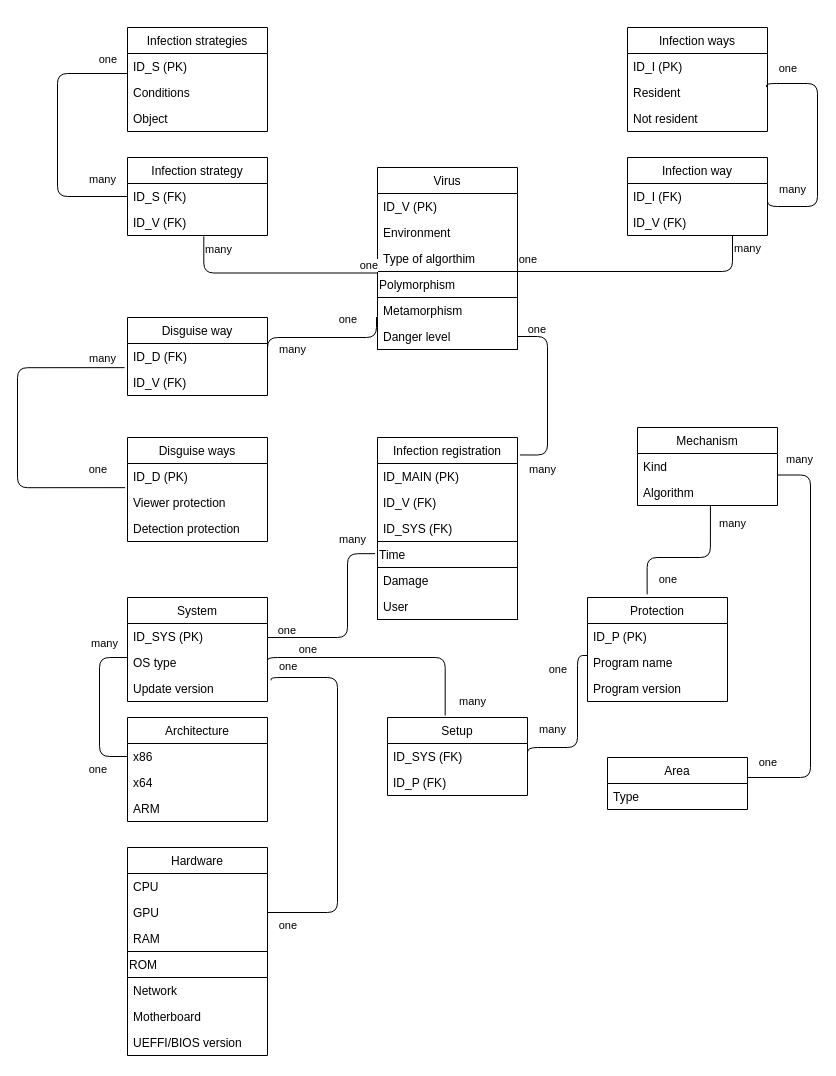
Above: VirusAttack.drawio in IcyAltair/Virus-attack-DB (draw.io), before the change. Source tidied: cells renumbered, new cells numbered last; positions are measured from the earlier drawing's top-left corner, leaving out a move shared by most shapes. Both pictures are drawn from the tidied source at 100%, with x=0, y=0 at pixel (17, 27).
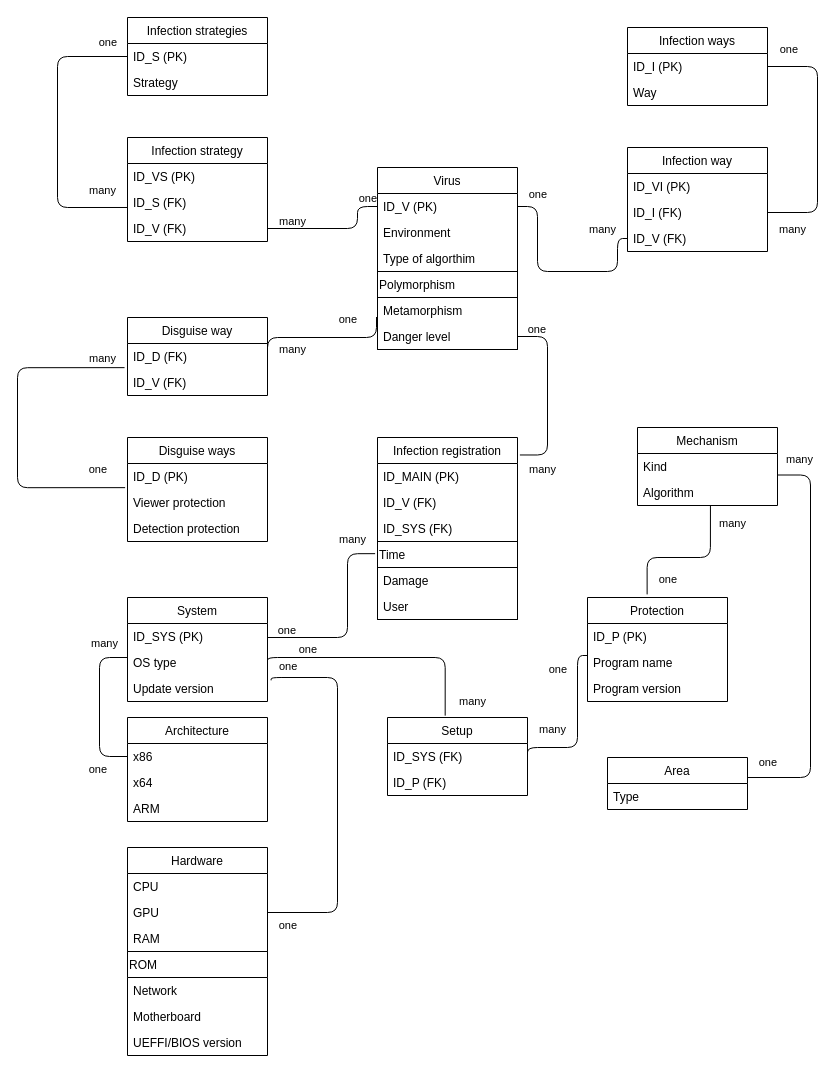
The same page after the edit.

Unchanged cells that the change refers to:
```xml
<mxCell id="3" value="ID_V (PK)" style="text;strokeColor=none;fillColor=none;align=left;verticalAlign=top;spacingLeft=4;spacingRight=4;overflow=hidden;points=[[0,0.5],[1,0.5]];portConstraint=eastwest;" parent="2" vertex="1">
  <mxGeometry y="26" width="140" height="26" as="geometry" />
</mxCell>
<mxCell id="5" value="Type of algorthim" style="text;strokeColor=none;fillColor=none;align=left;verticalAlign=top;spacingLeft=4;spacingRight=4;overflow=hidden;points=[[0,0.5],[1,0.5]];portConstraint=eastwest;" parent="2" vertex="1">
  <mxGeometry y="78" width="140" height="26" as="geometry" />
</mxCell>
<mxCell id="6" value="Polymorphism" style="swimlane;fontStyle=0;horizontal=1;startSize=26;fillColor=none;align=left;verticalAlign=top;spacingRight=4;" parent="2" vertex="1">
  <mxGeometry y="104" width="140" height="78" as="geometry" />
</mxCell>
<mxCell id="10" value="ID_S (PK)" style="text;strokeColor=none;fillColor=none;align=left;verticalAlign=top;spacingLeft=4;spacingRight=4;overflow=hidden;points=[[0,0.5],[1,0.5]];portConstraint=eastwest;" parent="9" vertex="1">
  <mxGeometry y="26" width="140" height="26" as="geometry" />
</mxCell>
<mxCell id="17" value="ID_I (PK)" style="text;strokeColor=none;fillColor=none;align=left;verticalAlign=top;spacingLeft=4;spacingRight=4;overflow=hidden;points=[[0,0.5],[1,0.5]];portConstraint=eastwest;" parent="16" vertex="1">
  <mxGeometry y="26" width="140" height="26" as="geometry" />
</mxCell>
```

Change to the diagram source:
```diff
@@
     <mxCell id="9" value="Infection strategies" style="swimlane;fontStyle=0;horizontal=1;startSize=26;fillColor=none;" parent="1" vertex="1">
-      <mxGeometry x="110" width="140" height="104" as="geometry" />
+      <mxGeometry x="110" y="-10" width="140" height="78" as="geometry" />
     </mxCell>
@@
-    <mxCell id="11" value="Conditions" style="text;strokeColor=none;fillColor=none;align=left;verticalAlign=top;spacingLeft=4;spacingRight=4;overflow=hidden;" parent="9" vertex="1">
+    <mxCell id="11" value="Strategy" style="text;strokeColor=none;fillColor=none;align=left;verticalAlign=top;spacingLeft=4;spacingRight=4;overflow=hidden;" parent="9" vertex="1">
       <mxGeometry y="52" width="140" height="26" as="geometry" />
     </mxCell>
-    <mxCell id="12" value="Object" style="text;strokeColor=none;fillColor=none;align=left;verticalAlign=top;spacingLeft=4;spacingRight=4;overflow=hidden;" parent="9" vertex="1">
-      <mxGeometry y="78" width="140" height="26" as="geometry" />
-    </mxCell>
-    <mxCell id="13" value="Infection strategy" style="swimlane;fontStyle=0;horizontal=1;startSize=26;fillColor=none;" parent="1" vertex="1">
-      <mxGeometry x="110" y="130" width="140" height="78" as="geometry" />
-    </mxCell>
-    <mxCell id="14" value="ID_S (FK)" style="text;strokeColor=none;fillColor=none;align=left;verticalAlign=top;spacingLeft=4;spacingRight=4;overflow=hidden;points=[[0,0.5],[1,0.5]];portConstraint=eastwest;" parent="13" vertex="1">
-      <mxGeometry y="26" width="140" height="26" as="geometry" />
-    </mxCell>
-    <mxCell id="15" value="ID_V (FK)" style="text;strokeColor=none;fillColor=none;align=left;verticalAlign=top;spacingLeft=4;spacingRight=4;overflow=hidden;points=[[0,0.5],[1,0.5]];portConstraint=eastwest;" parent="13" vertex="1">
-      <mxGeometry y="52" width="140" height="26" as="geometry" />
-    </mxCell>
     <mxCell id="16" value="Infection ways" style="swimlane;fontStyle=0;horizontal=1;startSize=26;fillColor=none;" parent="1" vertex="1">
-      <mxGeometry x="610" width="140" height="104" as="geometry" />
+      <mxGeometry x="610" width="140" height="78" as="geometry" />
     </mxCell>
@@
-    <mxCell id="18" value="Resident" style="text;strokeColor=none;fillColor=none;align=left;verticalAlign=top;spacingLeft=4;spacingRight=4;overflow=hidden;points=[[0,0.5],[1,0.5]];portConstraint=eastwest;" parent="16" vertex="1">
+    <mxCell id="18" value="Way" style="text;strokeColor=none;fillColor=none;align=left;verticalAlign=top;spacingLeft=4;spacingRight=4;overflow=hidden;points=[[0,0.5],[1,0.5]];portConstraint=eastwest;" parent="16" vertex="1">
       <mxGeometry y="52" width="140" height="26" as="geometry" />
     </mxCell>
-    <mxCell id="19" value="Not resident" style="text;strokeColor=none;fillColor=none;align=left;verticalAlign=top;spacingLeft=4;spacingRight=4;overflow=hidden;" parent="16" vertex="1">
-      <mxGeometry y="78" width="140" height="26" as="geometry" />
-    </mxCell>
-    <mxCell id="20" value="Infection way" style="swimlane;fontStyle=0;horizontal=1;startSize=26;fillColor=none;" parent="1" vertex="1">
-      <mxGeometry x="610" y="130" width="140" height="78" as="geometry" />
-    </mxCell>
-    <mxCell id="21" value="ID_I (FK)" style="text;strokeColor=none;fillColor=none;align=left;verticalAlign=top;spacingLeft=4;spacingRight=4;overflow=hidden;points=[[0,0.5],[1,0.5]];portConstraint=eastwest;" parent="20" vertex="1">
-      <mxGeometry y="26" width="140" height="26" as="geometry" />
-    </mxCell>
-    <mxCell id="22" value="ID_V (FK)" style="text;strokeColor=none;fillColor=none;align=left;verticalAlign=top;spacingLeft=4;spacingRight=4;overflow=hidden;" parent="20" vertex="1">
-      <mxGeometry y="52" width="140" height="26" as="geometry" />
-    </mxCell>
-    <mxCell id="23" style="endArrow=none;html=1;edgeStyle=orthogonalEdgeStyle;strokeColor=#000000;exitX=0.545;exitY=1.032;exitDx=0;exitDy=0;exitPerimeter=0;entryX=0.002;entryY=1.058;entryDx=0;entryDy=0;entryPerimeter=0;" parent="1" edge="1" source="15" target="5">
-      <mxGeometry relative="1" as="geometry" />
+    <mxCell id="23" style="endArrow=none;html=1;edgeStyle=orthogonalEdgeStyle;strokeColor=#000000;exitX=1;exitY=0.5;exitDx=0;exitDy=0;entryX=0;entryY=0.5;entryDx=0;entryDy=0;" parent="1" edge="1" source="108" target="3">
+      <mxGeometry relative="1" as="geometry">
+        <Array as="points">
+          <mxPoint x="340" y="201" />
+          <mxPoint x="340" y="179" />
+        </Array>
+      </mxGeometry>
     </mxCell>
     <mxCell id="24" value="many" style="edgeLabel;html=1;align=left;verticalAlign=bottom;" parent="23" vertex="1">
       <mxGeometry x="-1" relative="1" as="geometry">
-        <mxPoint y="21.2" as="offset" />
+        <mxPoint x="10" y="1" as="offset" />
       </mxGeometry>
     </mxCell>
@@
-    <mxCell id="26" style="endArrow=none;html=1;edgeStyle=orthogonalEdgeStyle;strokeColor=#000000;exitX=0.75;exitY=1;exitDx=0;exitDy=0;entryX=1;entryY=0;entryDx=0;entryDy=0;" parent="1" edge="1" source="20" target="6">
+    <mxCell id="26" style="endArrow=none;html=1;edgeStyle=orthogonalEdgeStyle;strokeColor=#000000;exitX=0;exitY=0.5;exitDx=0;exitDy=0;entryX=1;entryY=0.5;entryDx=0;entryDy=0;" parent="1" edge="1" source="110" target="3">
       <mxGeometry relative="1" as="geometry">
         <Array as="points">
-          <mxPoint x="715" y="244" />
+          <mxPoint x="600" y="211" />
+          <mxPoint x="600" y="244" />
+          <mxPoint x="520" y="244" />
+          <mxPoint x="520" y="179" />
         </Array>
       </mxGeometry>
     </mxCell>
     <mxCell id="27" value="many" style="edgeLabel;html=1;align=left;verticalAlign=bottom;" parent="26" vertex="1">
       <mxGeometry x="-1" relative="1" as="geometry">
-        <mxPoint y="21.2" as="offset" />
+        <mxPoint x="-40" y="-1" as="offset" />
       </mxGeometry>
     </mxCell>
     <mxCell id="28" value="one" style="edgeLabel;html=1;align=right;verticalAlign=bottom;" parent="26" vertex="1">
       <mxGeometry x="1" relative="1" as="geometry">
-        <mxPoint x="19.8" y="-4" as="offset" />
+        <mxPoint x="30.3" y="-4" as="offset" />
       </mxGeometry>
     </mxCell>
-    <mxCell id="29" style="endArrow=none;html=1;edgeStyle=orthogonalEdgeStyle;strokeColor=#000000;exitX=0;exitY=0.5;exitDx=0;exitDy=0;" parent="1" edge="1" source="14" target="10">
+    <mxCell id="29" style="endArrow=none;html=1;edgeStyle=orthogonalEdgeStyle;strokeColor=#000000;exitX=0;exitY=0.692;exitDx=0;exitDy=0;exitPerimeter=0;" parent="1" edge="1" source="14" target="10">
       <mxGeometry relative="1" as="geometry">
         <Array as="points">
-          <mxPoint x="40" y="169" />
-          <mxPoint x="40" y="46" />
+          <mxPoint x="40" y="180" />
+          <mxPoint x="40" y="29" />
         </Array>
       </mxGeometry>
     </mxCell>
@@
-    <mxCell id="32" style="endArrow=none;html=1;edgeStyle=orthogonalEdgeStyle;strokeColor=#000000;exitX=1;exitY=0.5;exitDx=0;exitDy=0;entryX=0.993;entryY=0.288;entryDx=0;entryDy=0;entryPerimeter=0;" parent="1" edge="1" source="21" target="18">
+    <mxCell id="32" style="endArrow=none;html=1;edgeStyle=orthogonalEdgeStyle;strokeColor=#000000;exitX=1;exitY=0.5;exitDx=0;exitDy=0;entryX=1;entryY=0.5;entryDx=0;entryDy=0;" parent="1" edge="1" source="21" target="17">
       <mxGeometry relative="1" as="geometry">
         <Array as="points">
-          <mxPoint x="750" y="179" />
-          <mxPoint x="800" y="179" />
-          <mxPoint x="800" y="56" />
-          <mxPoint x="749" y="56" />
+          <mxPoint x="800" y="185" />
+          <mxPoint x="800" y="39" />
         </Array>
       </mxGeometry>
     </mxCell>
     <mxCell id="33" value="many" style="edgeLabel;html=1;align=left;verticalAlign=bottom;" parent="32" vertex="1">
       <mxGeometry x="-1" relative="1" as="geometry">
-        <mxPoint x="10" y="1" as="offset" />
+        <mxPoint x="10" y="25" as="offset" />
       </mxGeometry>
     </mxCell>
@@
+    <mxCell id="13" value="Infection strategy" style="swimlane;fontStyle=0;horizontal=1;startSize=26;fillColor=none;" parent="1" vertex="1">
+      <mxGeometry x="110" y="110" width="140" height="104" as="geometry" />
+    </mxCell>
+    <mxCell id="107" value="ID_VS (PK)" style="text;strokeColor=none;fillColor=none;align=left;verticalAlign=top;spacingLeft=4;spacingRight=4;overflow=hidden;" parent="13" vertex="1">
+      <mxGeometry y="26" width="140" height="26" as="geometry" />
+    </mxCell>
+    <mxCell id="14" value="ID_S (FK)" style="text;strokeColor=none;fillColor=none;align=left;verticalAlign=top;spacingLeft=4;spacingRight=4;overflow=hidden;points=[[0,0.5],[1,0.5]];portConstraint=eastwest;" parent="13" vertex="1">
+      <mxGeometry y="52" width="140" height="26" as="geometry" />
+    </mxCell>
+    <mxCell id="108" value="ID_V (FK)" style="text;strokeColor=none;fillColor=none;align=left;verticalAlign=top;spacingLeft=4;spacingRight=4;overflow=hidden;points=[[0,0.5],[1,0.5]];portConstraint=eastwest;" parent="13" vertex="1">
+      <mxGeometry y="78" width="140" height="26" as="geometry" />
+    </mxCell>
+    <mxCell id="20" value="Infection way" style="swimlane;fontStyle=0;horizontal=1;startSize=26;fillColor=none;" parent="1" vertex="1">
+      <mxGeometry x="610" y="120" width="140" height="104" as="geometry" />
+    </mxCell>
+    <mxCell id="109" value="ID_VI (PK)" style="text;strokeColor=none;fillColor=none;align=left;verticalAlign=top;spacingLeft=4;spacingRight=4;overflow=hidden;" parent="20" vertex="1">
+      <mxGeometry y="26" width="140" height="26" as="geometry" />
+    </mxCell>
+    <mxCell id="21" value="ID_I (FK)" style="text;strokeColor=none;fillColor=none;align=left;verticalAlign=top;spacingLeft=4;spacingRight=4;overflow=hidden;points=[[0,0.5],[1,0.5]];portConstraint=eastwest;" parent="20" vertex="1">
+      <mxGeometry y="52" width="140" height="26" as="geometry" />
+    </mxCell>
+    <mxCell id="110" value="ID_V (FK)" style="text;strokeColor=none;fillColor=none;align=left;verticalAlign=top;spacingLeft=4;spacingRight=4;overflow=hidden;points=[[0,0.5],[1,0.5]];portConstraint=eastwest;" parent="20" vertex="1">
+      <mxGeometry y="78" width="140" height="26" as="geometry" />
+    </mxCell>
```
